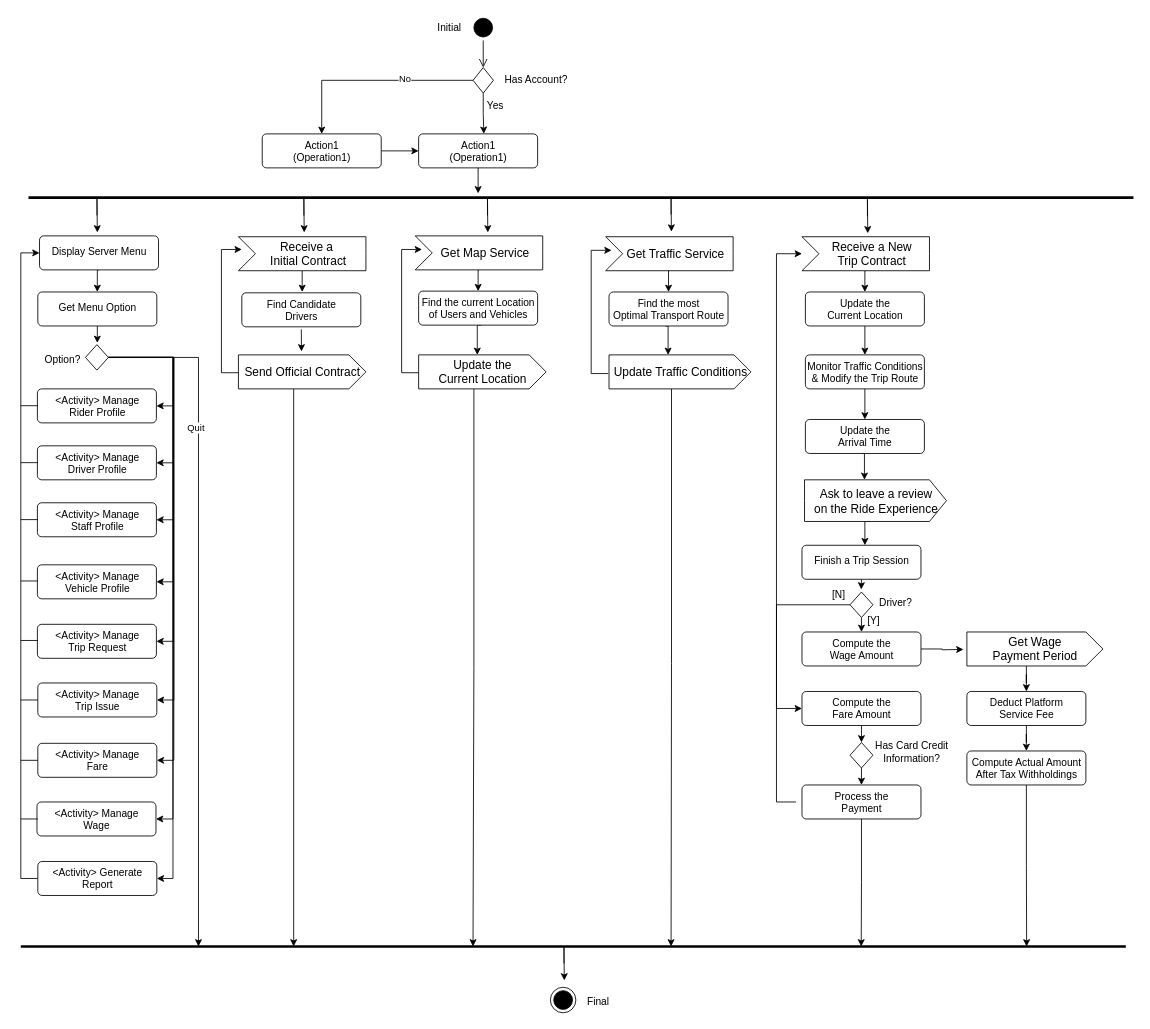
Above: Activity_diagram(Server App).drawio.xml in mjkim1019/SoftwareEngineering (draw.io), before the change. Source tidied: cells renumbered, new cells numbered last; positions are measured from the earlier drawing's top-left corner, leaving out a move shared by most shapes. Both pictures are drawn from the tidied source at 85%, with x=0, y=0 at pixel (20, 14).
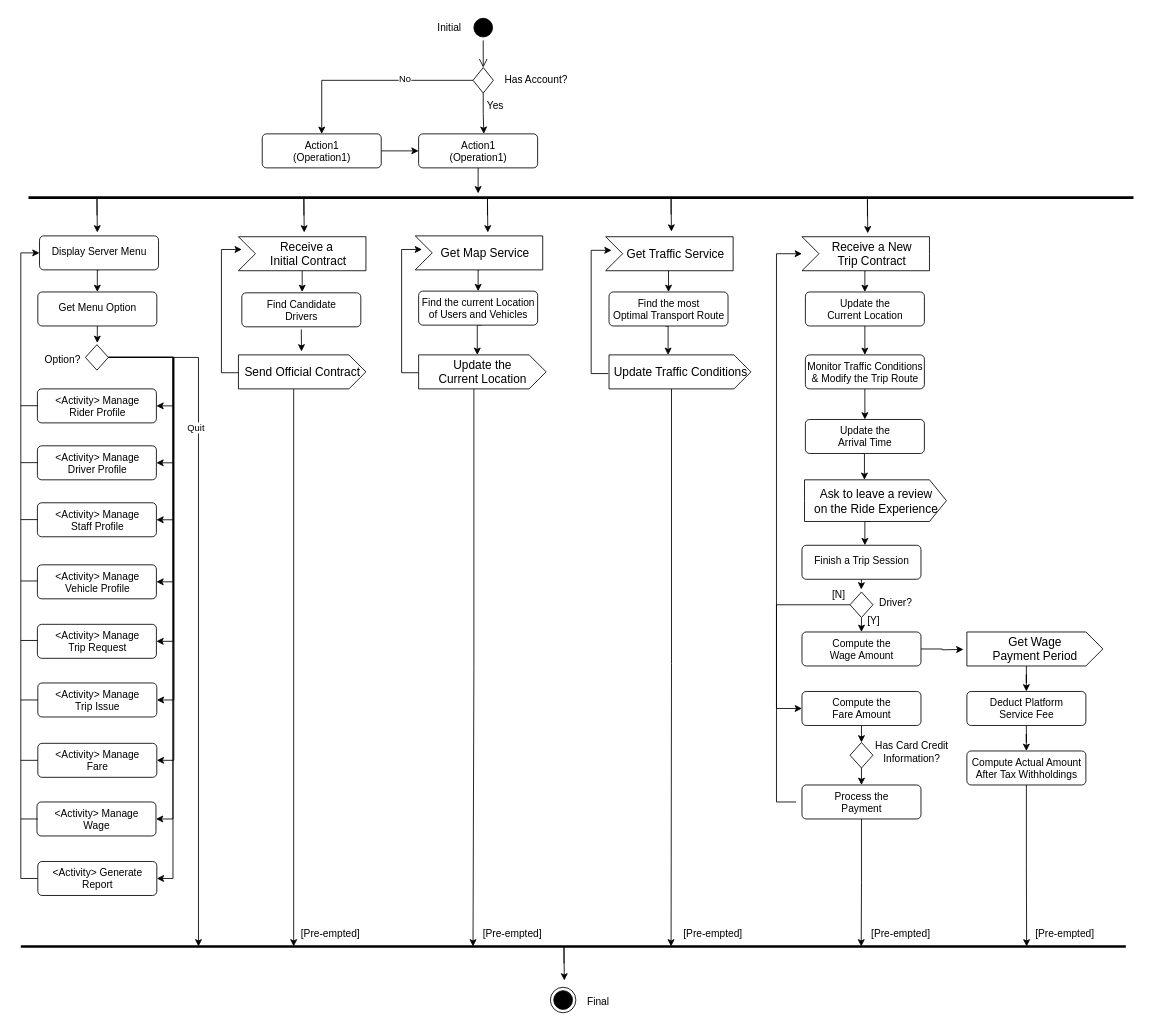
Above is the later version.

What changed in the source:
```diff
@@
+    <mxCell id="115" value="[Pre-empted]" style="text;html=1;align=center;verticalAlign=middle;strokeColor=none;fillColor=none;" parent="1" vertex="1">
+      <mxGeometry x="319" y="1066" width="90" height="30" as="geometry" />
+    </mxCell>
+    <mxCell id="116" value="[Pre-empted]" style="text;html=1;align=center;verticalAlign=middle;strokeColor=none;fillColor=none;" parent="1" vertex="1">
+      <mxGeometry x="533" y="1066" width="90" height="30" as="geometry" />
+    </mxCell>
+    <mxCell id="117" value="[Pre-empted]" style="text;html=1;align=center;verticalAlign=middle;strokeColor=none;fillColor=none;" parent="1" vertex="1">
+      <mxGeometry x="769" y="1066" width="90" height="30" as="geometry" />
+    </mxCell>
+    <mxCell id="118" value="[Pre-empted]" style="text;html=1;align=center;verticalAlign=middle;strokeColor=none;fillColor=none;" parent="1" vertex="1">
+      <mxGeometry x="990" y="1066" width="90" height="30" as="geometry" />
+    </mxCell>
+    <mxCell id="119" value="[Pre-empted]" style="text;html=1;align=center;verticalAlign=middle;strokeColor=none;fillColor=none;" parent="1" vertex="1">
+      <mxGeometry x="1183" y="1066" width="90" height="30" as="geometry" />
+    </mxCell>
```
